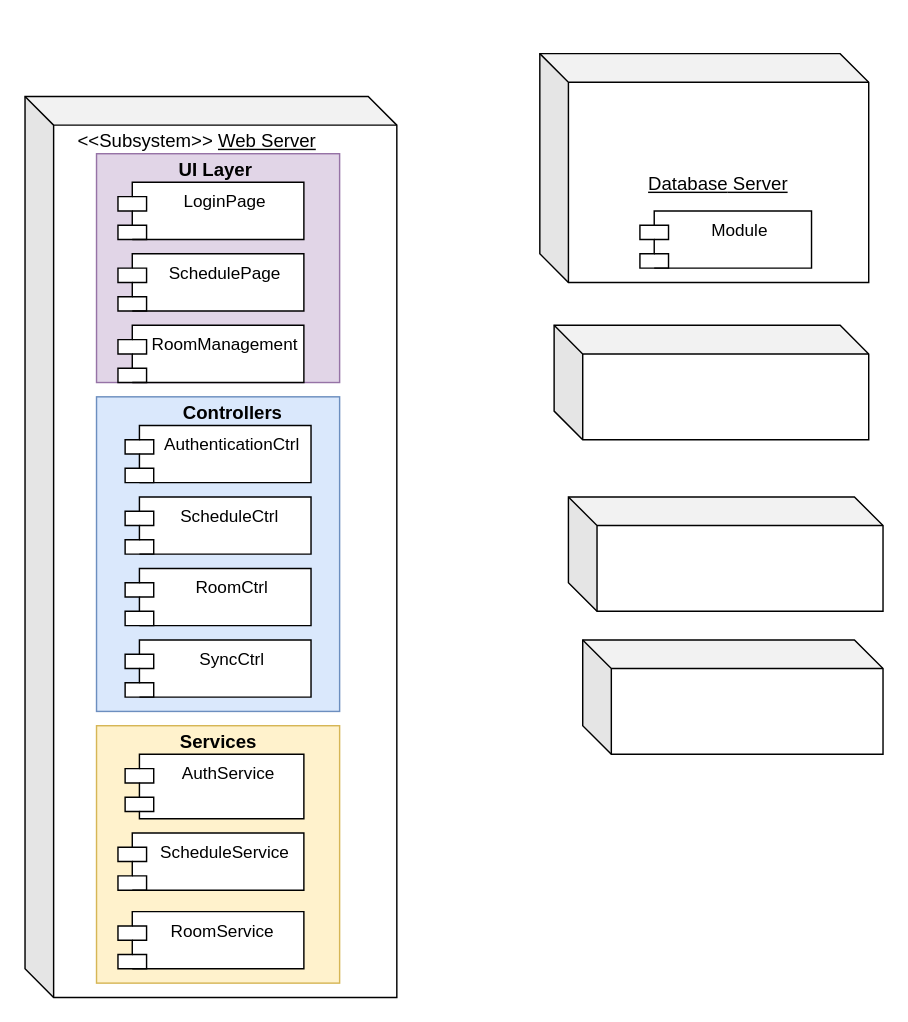
Before: Lab_Merve_Pakcan.drawio in mervepakcan/Career-Path-App--Software-Development-Project-, a draw.io diagram. Source tidied: cells renumbered, new cells numbered last; positions are measured from the earlier drawing's top-left corner, leaving out a move shared by most shapes. Both pictures are drawn from the tidied source at 143%, with x=0, y=0 at pixel (24, 53).
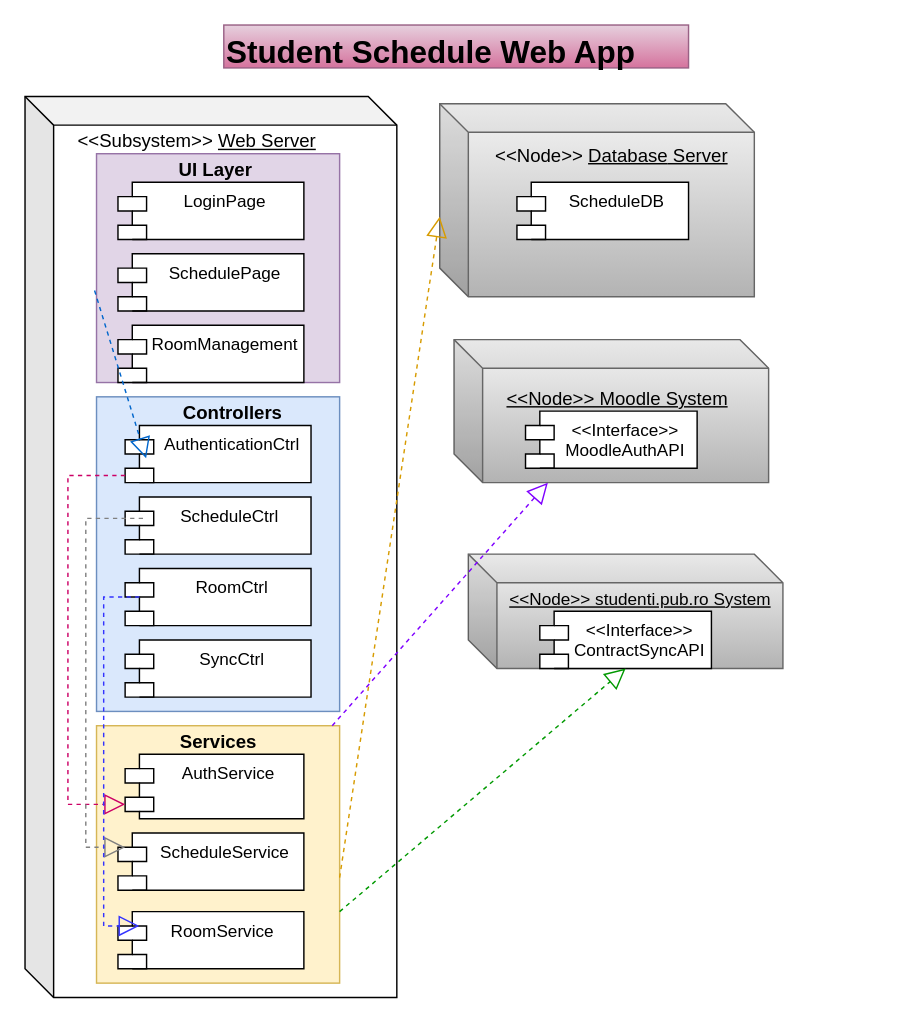
Above is the later version.

The change refers to these unchanged cells:
```xml
<mxCell id="3" style="rounded=0;whiteSpace=wrap;html=1;fillColor=#e1d5e7;strokeColor=#9673a6;" parent="1" vertex="1">
  <mxGeometry x="50" y="70" width="170" height="160" as="geometry" />
</mxCell>
<mxCell id="7" style="rounded=0;whiteSpace=wrap;html=1;fillColor=#fff2cc;strokeColor=#d6b656;" parent="1" vertex="1">
  <mxGeometry x="50" y="470" width="170" height="180" as="geometry" />
</mxCell>
<mxCell id="13" value="AuthenticationCtrl" style="shape=module;align=left;spacingLeft=20;align=center;verticalAlign=top;whiteSpace=wrap;html=1;" parent="1" vertex="1">
  <mxGeometry x="70" y="260" width="130" height="40" as="geometry" />
</mxCell>
<mxCell id="17" value="AuthService" style="shape=module;align=left;spacingLeft=20;align=center;verticalAlign=top;whiteSpace=wrap;html=1;" parent="1" vertex="1">
  <mxGeometry x="70" y="490" width="125" height="45" as="geometry" />
</mxCell>
```

Diff of the diagram source:
```diff
@@
-    <mxCell id="20" value="&lt;div style=&quot;&quot;&gt;&lt;font style=&quot;white-space: nowrap; font-size: 13px; caret-color: rgb(0, 0, 0); color: rgb(0, 0, 0);&quot;&gt;&lt;u&gt;Database&lt;/u&gt;&lt;/font&gt;&lt;span style=&quot;white-space: nowrap; font-size: 16.08px; caret-color: rgb(0, 0, 0); color: rgb(0, 0, 0);&quot;&gt;&lt;font style=&quot;font-size: 13px;&quot;&gt;&lt;u&gt;&amp;nbsp;Server&lt;/u&gt;&lt;/font&gt;&lt;/span&gt;&lt;/div&gt;" style="shape=cube;whiteSpace=wrap;html=1;boundedLbl=1;backgroundOutline=1;darkOpacity=0.05;darkOpacity2=0.1;" parent="1" vertex="1">
-      <mxGeometry x="360" width="230" height="160" as="geometry" />
+    <mxCell id="20" value="&lt;div style=&quot;&quot;&gt;&lt;br&gt;&lt;/div&gt;" style="shape=cube;whiteSpace=wrap;html=1;boundedLbl=1;backgroundOutline=1;darkOpacity=0.05;darkOpacity2=0.1;fillColor=#f5f5f5;gradientColor=#b3b3b3;strokeColor=#666666;" parent="1" vertex="1">
+      <mxGeometry x="290" y="35" width="220" height="135" as="geometry" />
     </mxCell>
-    <mxCell id="21" style="shape=cube;whiteSpace=wrap;html=1;boundedLbl=1;backgroundOutline=1;darkOpacity=0.05;darkOpacity2=0.1;" parent="1" vertex="1">
-      <mxGeometry x="370" y="190" width="220" height="80" as="geometry" />
+    <mxCell id="21" style="shape=cube;whiteSpace=wrap;html=1;boundedLbl=1;backgroundOutline=1;darkOpacity=0.05;darkOpacity2=0.1;fillColor=#f5f5f5;gradientColor=#b3b3b3;strokeColor=#666666;" parent="1" vertex="1">
+      <mxGeometry x="300" y="200" width="220" height="100" as="geometry" />
     </mxCell>
-    <mxCell id="22" style="shape=cube;whiteSpace=wrap;html=1;boundedLbl=1;backgroundOutline=1;darkOpacity=0.05;darkOpacity2=0.1;" parent="1" vertex="1">
-      <mxGeometry x="380" y="310" width="220" height="80" as="geometry" />
+    <mxCell id="22" style="shape=cube;whiteSpace=wrap;html=1;boundedLbl=1;backgroundOutline=1;darkOpacity=0.05;darkOpacity2=0.1;fillColor=#f5f5f5;gradientColor=#b3b3b3;strokeColor=#666666;" parent="1" vertex="1">
+      <mxGeometry x="310" y="350" width="220" height="80" as="geometry" />
     </mxCell>
-    <mxCell id="23" style="shape=cube;whiteSpace=wrap;html=1;boundedLbl=1;backgroundOutline=1;darkOpacity=0.05;darkOpacity2=0.1;" parent="1" vertex="1">
-      <mxGeometry x="390" y="410" width="210" height="80" as="geometry" />
-    </mxCell>
-    <mxCell id="24" value="Module" style="shape=module;align=left;spacingLeft=20;align=center;verticalAlign=top;whiteSpace=wrap;html=1;" parent="1" vertex="1">
-      <mxGeometry x="430" y="110" width="120" height="40" as="geometry" />
+    <mxCell id="24" value="ScheduleDB" style="shape=module;align=left;spacingLeft=20;align=center;verticalAlign=top;whiteSpace=wrap;html=1;" parent="1" vertex="1">
+      <mxGeometry x="344" y="90" width="120" height="40" as="geometry" />
     </mxCell>
+    <mxCell id="25" value="&lt;div&gt;&amp;lt;&amp;lt;Interface&amp;gt;&amp;gt;&lt;br&gt;&lt;/div&gt;MoodleAuthAPI" style="shape=module;align=left;spacingLeft=20;align=center;verticalAlign=top;whiteSpace=wrap;html=1;" parent="1" vertex="1">
+      <mxGeometry x="350" y="250" width="120" height="40" as="geometry" />
+    </mxCell>
+    <mxCell id="26" value="&lt;h6&gt;&lt;font style=&quot;font-size: 12px; font-weight: normal;&quot;&gt;&lt;u&gt;&amp;lt;&amp;lt;Node&amp;gt;&amp;gt; studenti.pub.ro System&lt;/u&gt;&lt;/font&gt;&lt;/h6&gt;" style="text;strokeColor=none;fillColor=none;html=1;fontSize=24;fontStyle=1;verticalAlign=middle;align=center;" parent="1" vertex="1">
+      <mxGeometry x="380" y="360" width="100" height="40" as="geometry" />
+    </mxCell>
+    <mxCell id="27" value="&lt;div&gt;&amp;lt;&amp;lt;Interface&amp;gt;&amp;gt;&lt;br&gt;&lt;/div&gt;ContractSyncAPI" style="shape=module;align=left;spacingLeft=20;align=center;verticalAlign=top;whiteSpace=wrap;html=1;" parent="1" vertex="1">
+      <mxGeometry x="360" y="390" width="120" height="40" as="geometry" />
+    </mxCell>
+    <mxCell id="28" value="&lt;h6&gt;&lt;font style=&quot;caret-color: rgb(0, 0, 0); color: rgb(0, 0, 0);&quot;&gt;&lt;span style=&quot;color: rgb(0, 0, 0); font-weight: normal;&quot;&gt;&lt;font style=&quot;font-size: 13px;&quot;&gt;&amp;lt;&amp;lt;Node&amp;gt;&amp;gt;&amp;nbsp;&lt;/font&gt;&lt;/span&gt;&lt;u style=&quot;font-size: 13px; font-weight: 400;&quot;&gt;Database&lt;/u&gt;&lt;/font&gt;&lt;span style=&quot;font-weight: 400; font-size: 16.08px; caret-color: rgb(0, 0, 0); color: rgb(0, 0, 0);&quot;&gt;&lt;font style=&quot;font-size: 13px;&quot;&gt;&lt;u&gt;&amp;nbsp;Server&lt;/u&gt;&lt;/font&gt;&lt;/span&gt;&lt;br&gt;&lt;/h6&gt;" style="text;strokeColor=none;fillColor=none;html=1;fontSize=24;fontStyle=1;verticalAlign=middle;align=center;" parent="1" vertex="1">
+      <mxGeometry x="360" y="50" width="100" height="40" as="geometry" />
+    </mxCell>
+    <mxCell id="29" value="&lt;h6&gt;&lt;font color=&quot;#000000&quot; size=&quot;2&quot;&gt;&lt;span style=&quot;caret-color: rgb(0, 0, 0); font-weight: 400;&quot;&gt;&lt;u&gt;&amp;lt;&amp;lt;Node&amp;gt;&amp;gt; Moodle System&lt;/u&gt;&lt;/span&gt;&lt;/font&gt;&lt;/h6&gt;" style="text;strokeColor=none;fillColor=none;html=1;fontSize=24;fontStyle=1;verticalAlign=middle;align=center;" parent="1" vertex="1">
+      <mxGeometry x="364" y="220" width="100" height="40" as="geometry" />
+    </mxCell>
+    <mxCell id="30" style="endArrow=block;dashed=1;endFill=0;endSize=12;html=1;rounded=0;fillColor=#ffcd28;gradientColor=#ffa500;strokeColor=#d79b00;" parent="1" edge="1">
+      <mxGeometry relative="1" as="geometry">
+        <mxPoint x="220" y="576.2" as="sourcePoint" />
+        <mxPoint x="290" y="114" as="targetPoint" />
+      </mxGeometry>
+    </mxCell>
+    <mxCell id="31" style="endArrow=block;dashed=1;endFill=0;endSize=12;html=1;rounded=0;fontColor=#99FFFF;strokeColor=light-dark(#7F00FF,#EDEDED);" parent="1" edge="1" source="7" target="21">
+      <mxGeometry relative="1" as="geometry" />
+    </mxCell>
+    <mxCell id="32" style="endArrow=block;dashed=1;endFill=0;endSize=12;html=1;rounded=0;entryX=0.5;entryY=1;entryDx=0;entryDy=0;strokeColor=#009900;" parent="1" edge="1" target="27">
+      <mxGeometry relative="1" as="geometry">
+        <mxPoint x="220" y="600" as="sourcePoint" />
+      </mxGeometry>
+    </mxCell>
+    <mxCell id="33" style="endArrow=block;dashed=1;endFill=0;endSize=12;html=1;rounded=0;entryX=0.113;entryY=0.575;entryDx=0;entryDy=0;entryPerimeter=0;exitX=-0.008;exitY=0.598;exitDx=0;exitDy=0;exitPerimeter=0;strokeColor=#0066CC;" parent="1" edge="1" source="3" target="13">
+      <mxGeometry relative="1" as="geometry" />
+    </mxCell>
+    <mxCell id="34" style="endArrow=block;dashed=1;endFill=0;endSize=12;html=1;rounded=0;exitX=0;exitY=0;exitDx=0;exitDy=35;entryX=0;entryY=0;entryDx=0;entryDy=35;exitPerimeter=0;entryPerimeter=0;strokeColor=#CC0066;" parent="1" edge="1" source="13" target="17">
+      <mxGeometry relative="1" as="geometry">
+        <Array as="points">
+          <mxPoint x="30" y="295" />
+          <mxPoint x="30" y="410" />
+          <mxPoint x="30" y="525" />
+        </Array>
+      </mxGeometry>
+    </mxCell>
+    <mxCell id="35" style="endArrow=block;dashed=1;endFill=0;endSize=12;html=1;rounded=0;exitX=0;exitY=0;exitDx=0;exitDy=35;exitPerimeter=0;strokeColor=light-dark(#808080,#FF96EE);" parent="1" edge="1">
+      <mxGeometry relative="1" as="geometry">
+        <mxPoint x="82.5" y="325" as="sourcePoint" />
+        <mxPoint x="70" y="555" as="targetPoint" />
+        <Array as="points">
+          <mxPoint x="42.5" y="325" />
+          <mxPoint x="42.5" y="440" />
+          <mxPoint x="42.5" y="555" />
+        </Array>
+      </mxGeometry>
+    </mxCell>
+    <mxCell id="36" style="endArrow=block;dashed=1;endFill=0;endSize=12;html=1;rounded=0;strokeColor=light-dark(#3333FF,#FF96EE);" parent="1" edge="1">
+      <mxGeometry relative="1" as="geometry">
+        <mxPoint x="80" y="380" as="sourcePoint" />
+        <mxPoint x="80" y="610" as="targetPoint" />
+        <Array as="points">
+          <mxPoint x="55" y="380" />
+          <mxPoint x="55" y="495" />
+          <mxPoint x="55" y="610" />
+        </Array>
+      </mxGeometry>
+    </mxCell>
+    <mxCell id="37" value="&lt;h1 style=&quot;margin-top: 0px;&quot;&gt;&lt;span&gt;Student Schedule Web App&lt;/span&gt;&lt;/h1&gt;" style="text;html=1;whiteSpace=wrap;overflow=hidden;rounded=0;fontStyle=1;fontSize=11;fillColor=#e6d0de;gradientColor=#d5739d;strokeColor=#996185;" parent="1" vertex="1">
+      <mxGeometry x="139" y="-20" width="325" height="30" as="geometry" />
+    </mxCell>
```
